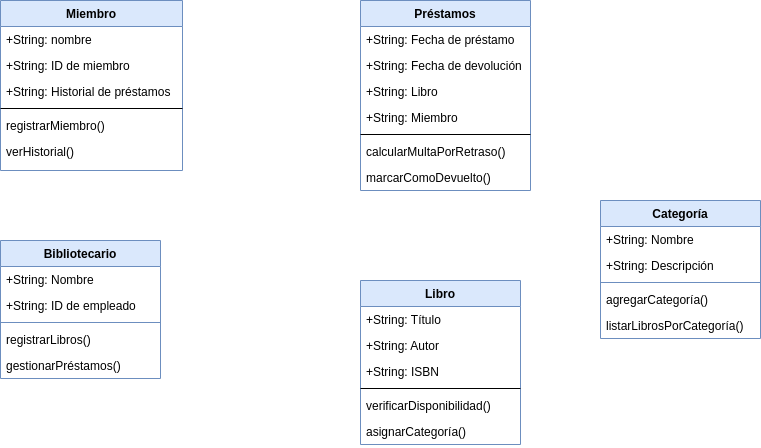
aday-ctr/clases keeps this draw.io diagram as Diagrama2.png. Above is the earlier version. Source tidied: cells renumbered, new cells last; positions are measured from the earlier drawing's top-left corner, leaving out a move shared by most shapes.
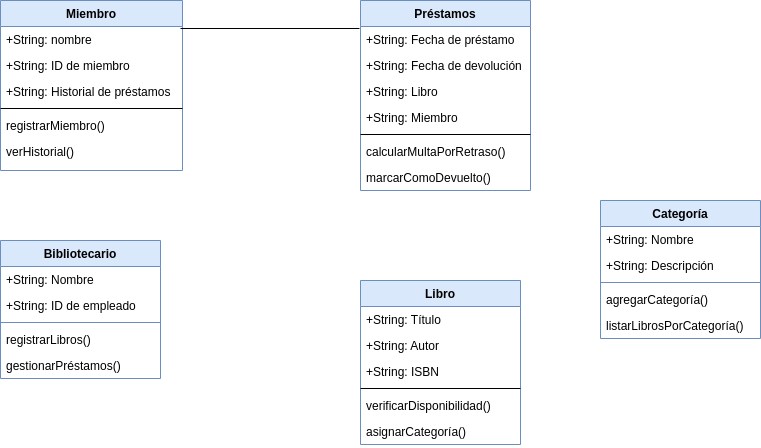
The same diagram one commit later.

Diff of the diagram source:
```diff
@@ -104,5 +104,8 @@
     <mxCell id="35" value="listarLibrosPorCategoría()" style="text;strokeColor=none;fillColor=none;align=left;verticalAlign=top;spacingLeft=4;spacingRight=4;overflow=hidden;whiteSpace=wrap;html=1;" parent="30" vertex="1">
       <mxGeometry y="112" width="160" height="26" as="geometry" />
     </mxCell>
+    <mxCell id="36" style="endArrow=none;html=1;rounded=0;exitX=0.989;exitY=0.077;exitDx=0;exitDy=0;exitPerimeter=0;entryX=-0.006;entryY=0.077;entryDx=0;entryDy=0;entryPerimeter=0;" parent="1" edge="1" source="18" target="10">
+      <mxGeometry relative="1" as="geometry" />
+    </mxCell>
   </root>
 </mxGraphModel>
```
